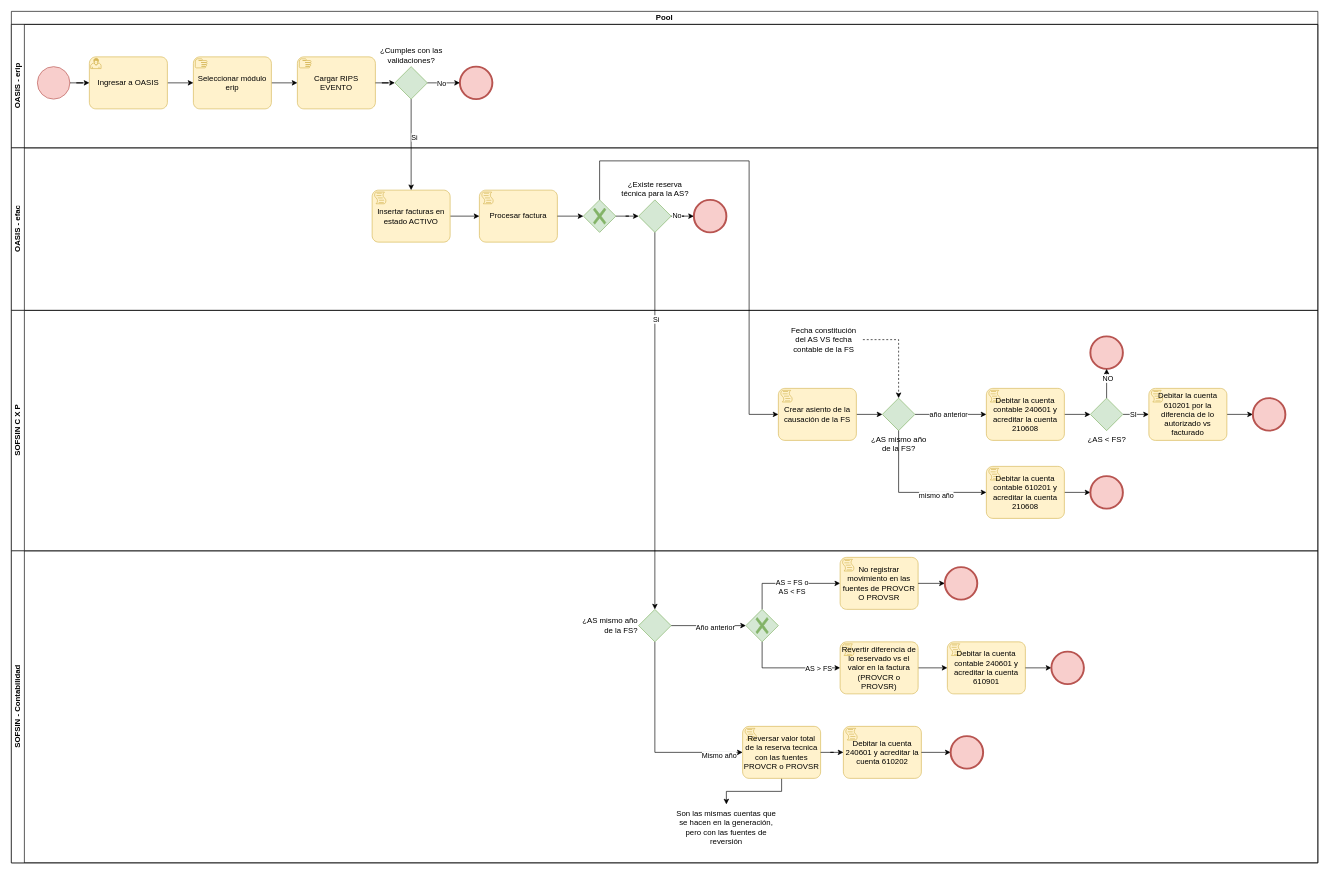
Above: Reversión reserva técnica.drawio in kevinjporto/Diagramas-de-procesos (draw.io), before the change. Source tidied: cells renumbered, new cells numbered last; positions are measured from the earlier drawing's top-left corner, leaving out a move shared by most shapes. Both pictures are drawn from the tidied source at 65%, with x=0, y=0 at pixel (11, 11).
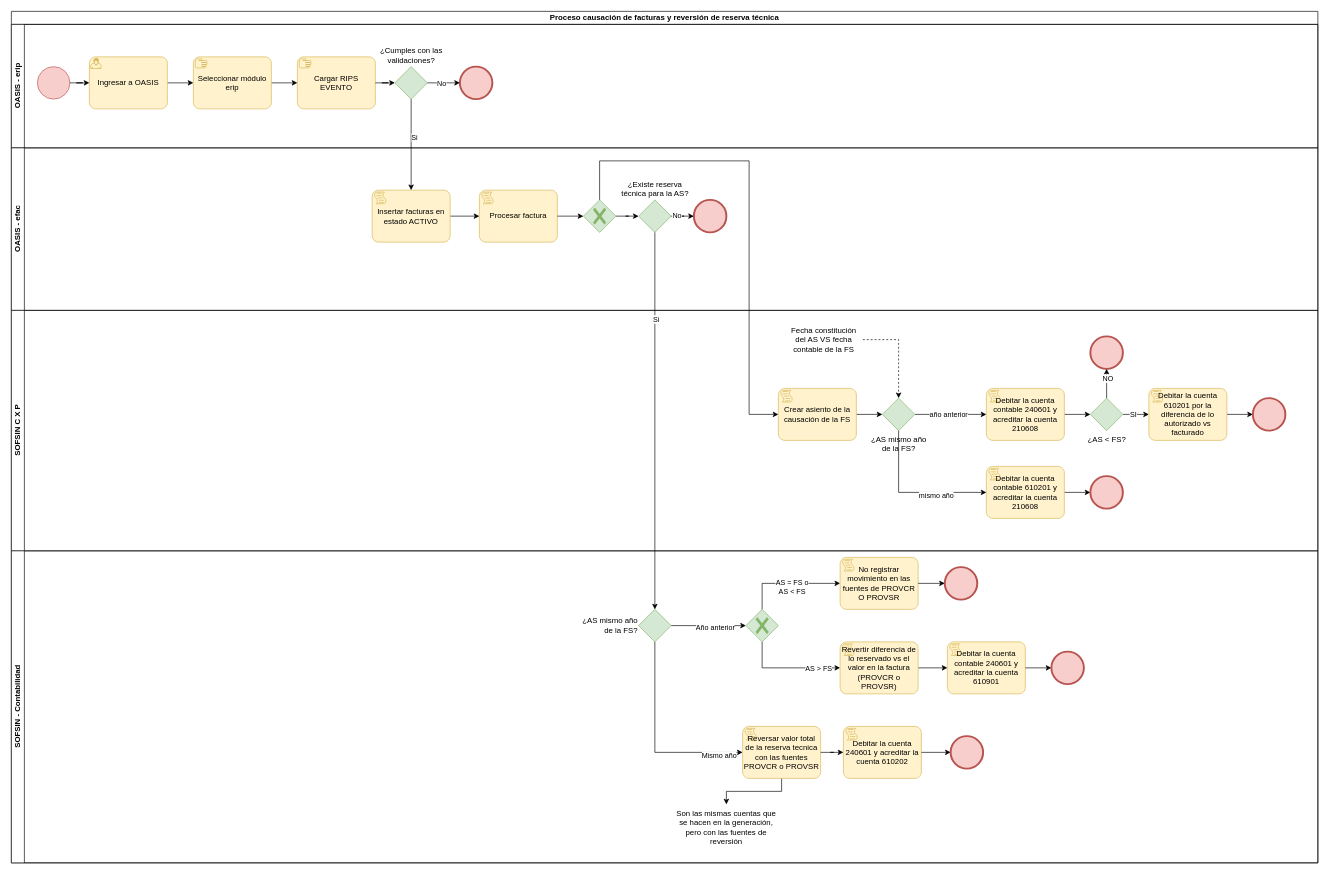
The same page after the edit.

Change to the diagram source:
```diff
@@
-    <mxCell id="2" value="Pool" style="swimlane;html=1;horizontal=1;startSize=20;whiteSpace=wrap;" parent="1" vertex="1">
+    <mxCell id="2" value="Proceso causación de facturas y reversión de reserva técnica" style="swimlane;html=1;horizontal=1;startSize=20;whiteSpace=wrap;" parent="1" vertex="1">
       <mxGeometry width="2010" height="1310" as="geometry" />
     </mxCell>
```
